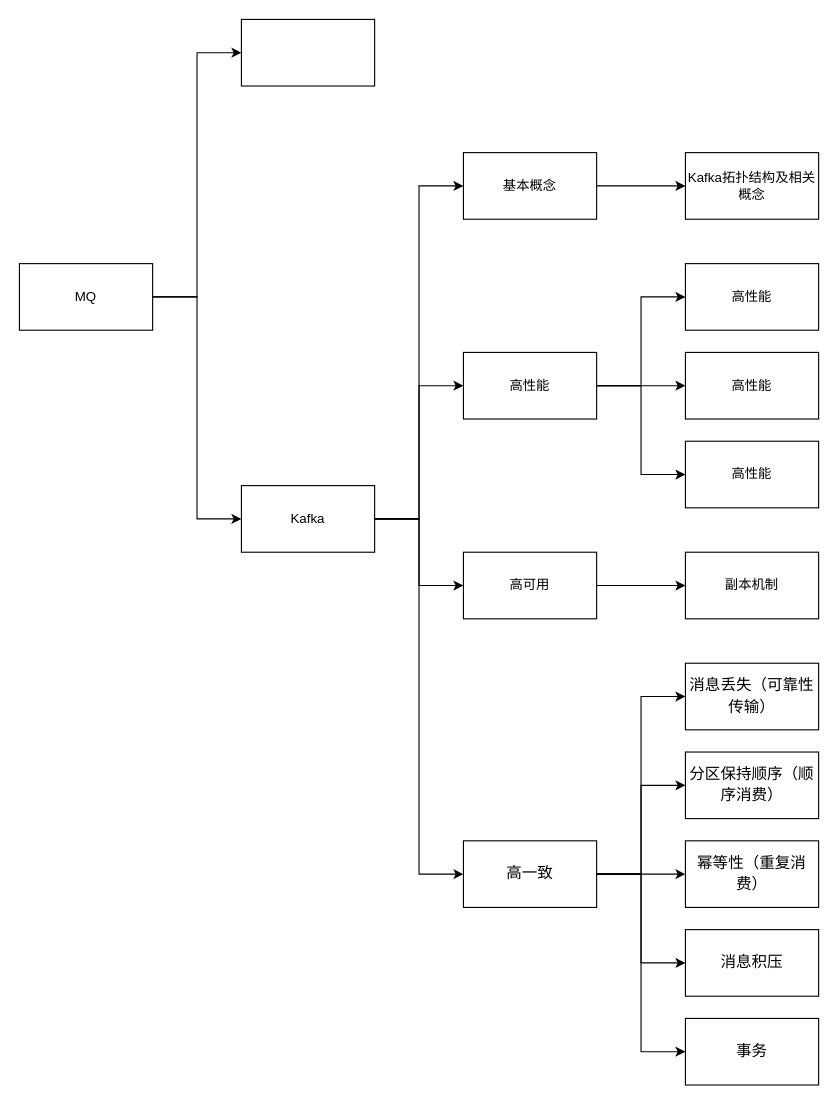
Before: images/draw/MQ.drawio in wt1814/wt1814.github.io, a draw.io diagram. Source tidied: cells renumbered, new cells numbered last; positions are measured from the earlier drawing's top-left corner, leaving out a move shared by most shapes. Both pictures are drawn from the tidied source at 111%, with x=0, y=0 at pixel (19, 19).
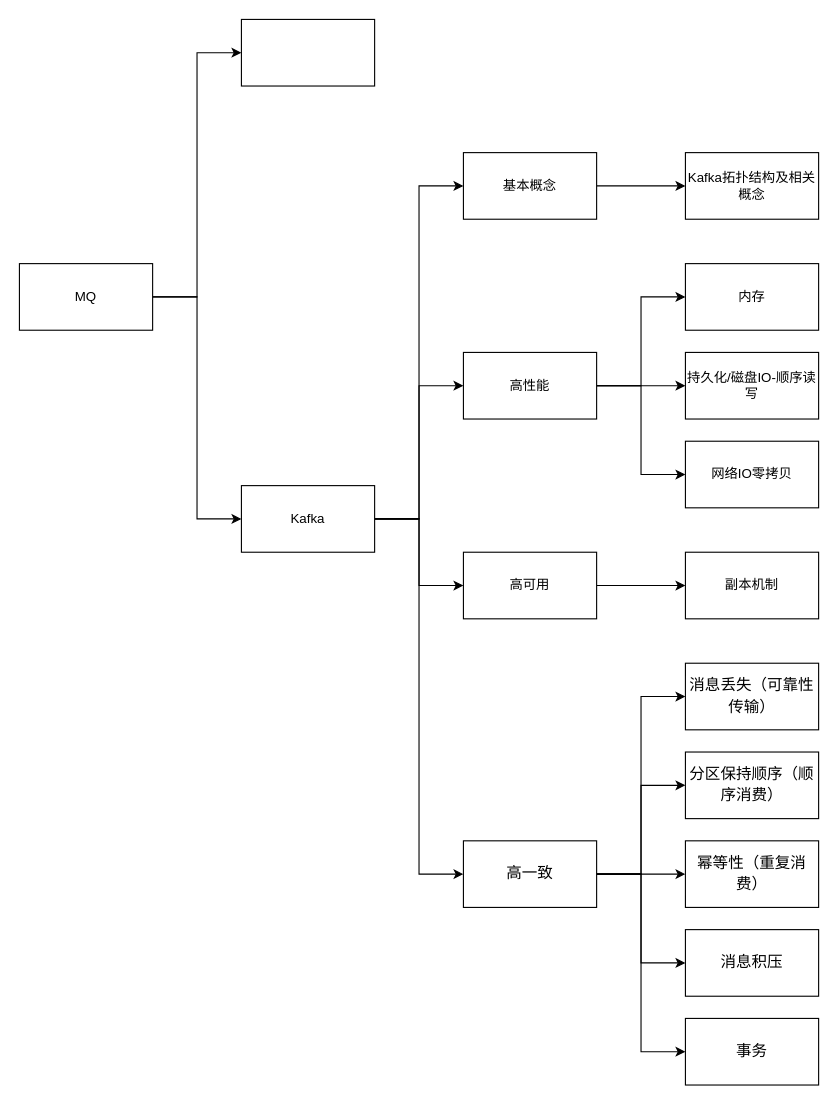
After the change.

The edit, as a diff of the source:
```diff
@@
-    <mxCell id="26" value="高性能" style="rounded=0;whiteSpace=wrap;html=1;" parent="1" vertex="1">
+    <mxCell id="26" value="内存" style="rounded=0;whiteSpace=wrap;html=1;" parent="1" vertex="1">
       <mxGeometry x="600" y="220" width="120" height="60" as="geometry" />
     </mxCell>
-    <mxCell id="27" value="高性能" style="rounded=0;whiteSpace=wrap;html=1;" parent="1" vertex="1">
+    <mxCell id="27" value="持久化/磁盘IO-顺序读写" style="rounded=0;whiteSpace=wrap;html=1;" parent="1" vertex="1">
       <mxGeometry x="600" y="300" width="120" height="60" as="geometry" />
     </mxCell>
-    <mxCell id="28" value="高性能" style="rounded=0;whiteSpace=wrap;html=1;" parent="1" vertex="1">
+    <mxCell id="28" value="网络IO零拷贝" style="rounded=0;whiteSpace=wrap;html=1;" parent="1" vertex="1">
       <mxGeometry x="600" y="380" width="120" height="60" as="geometry" />
     </mxCell>
```
